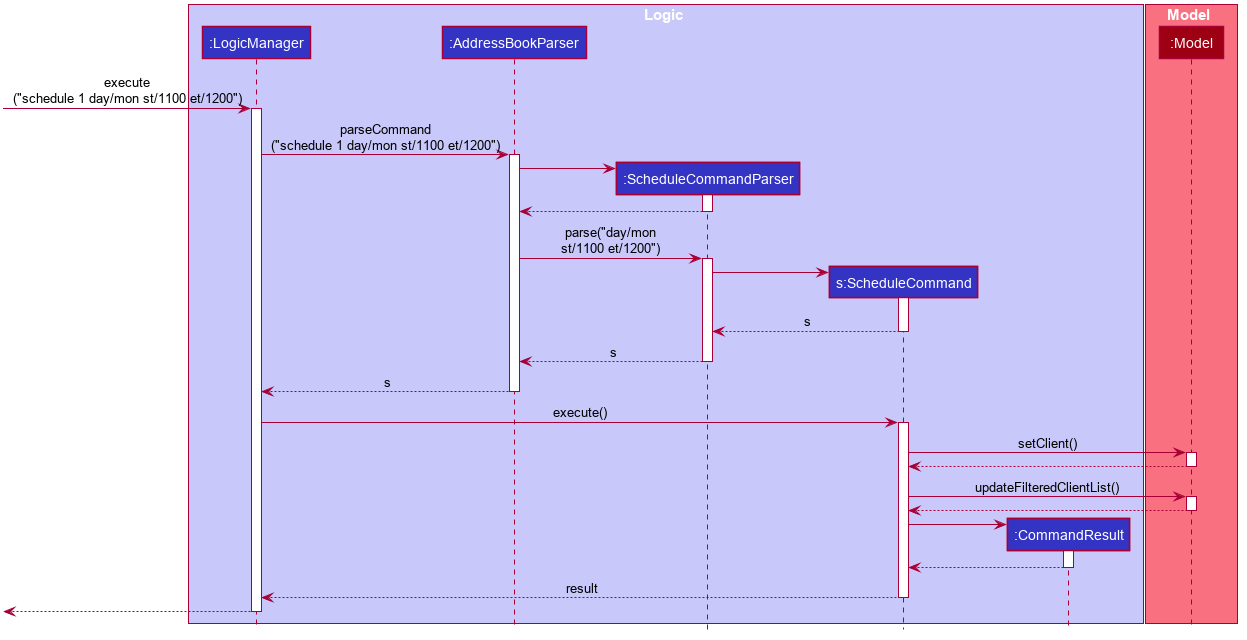
Earlier version of the PlantUML export images/ScheduleSequenceDiagram.png (AY1920S2-CS2103T-F11-2/main). Source of this version:
```plantuml
@startuml








skinparam BackgroundColor #FFFFFFF

skinparam Shadowing false

skinparam Class {
    FontColor #FFFFFF
    BorderThickness 1
    BorderColor #FFFFFF
    StereotypeFontColor #FFFFFF
    FontName Arial
}

skinparam Actor {
    BorderColor #000000
    Color #000000
    FontName Arial
}

skinparam Sequence {
    MessageAlign center
    BoxFontSize 15
    BoxPadding 0
    BoxFontColor #FFFFFF
    FontName Arial
}

skinparam Participant {
    FontColor #FFFFFFF
    Padding 20
}

skinparam MinClassWidth 50
skinparam ParticipantPadding 10
skinparam Shadowing false
skinparam DefaultTextAlignment center
skinparam packageStyle Rectangle

hide footbox
hide members
hide circle

box Logic #C8C8FA
participant ":LogicManager" as LogicManager #3333C4
participant ":AddressBookParser" as AddressBookParser #3333C4
participant ":ScheduleCommandParser" as ScheduleCommandParser #3333C4
participant "s:ScheduleCommand" as ScheduleCommand #3333C4
participant ":CommandResult" as CommandResult #3333C4
end box

box Model #F97181
participant ":Model" as Model #9D0012
end box

[-> LogicManager : execute\n("schedule 1 day/mon st/1100 et/1200")
activate LogicManager

LogicManager -> AddressBookParser : parseCommand\n("schedule 1 day/mon st/1100 et/1200")
activate AddressBookParser

create ScheduleCommandParser
AddressBookParser -> ScheduleCommandParser
activate ScheduleCommandParser

ScheduleCommandParser --> AddressBookParser
deactivate ScheduleCommandParser

AddressBookParser -> ScheduleCommandParser : parse("day/mon\nst/1100 et/1200")
activate ScheduleCommandParser

create ScheduleCommand
ScheduleCommandParser -> ScheduleCommand
activate ScheduleCommand

ScheduleCommand --> ScheduleCommandParser : s
deactivate ScheduleCommand

ScheduleCommandParser --> AddressBookParser : s
deactivate ScheduleCommandParser

AddressBookParser --> LogicManager : s
deactivate AddressBookParser

LogicManager -> ScheduleCommand : execute()
activate ScheduleCommand

ScheduleCommand -> Model : setClient()
activate Model

Model --> ScheduleCommand:
deactivate Model

ScheduleCommand -> Model: updateFilteredClientList()
activate Model

Model --> ScheduleCommand
deactivate Model

create CommandResult
ScheduleCommand -> CommandResult
activate CommandResult

CommandResult --> ScheduleCommand
deactivate CommandResult

ScheduleCommand --> LogicManager : result
deactivate ScheduleCommand

[<--LogicManager
deactivate LogicManager
@enduml
```
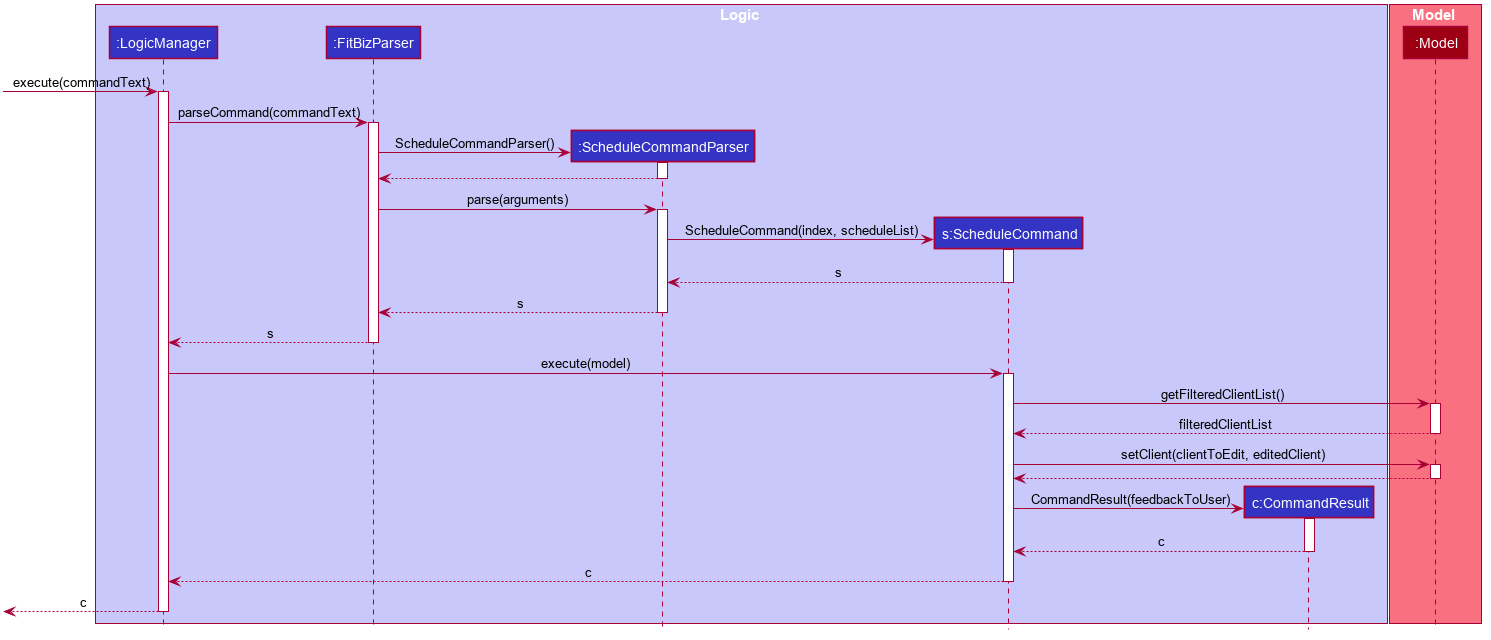
Later version of the same file.

Change to the diagram source:
```diff
@@ -50,70 +50,71 @@
 
 box Logic #C8C8FA
 participant ":LogicManager" as LogicManager #3333C4
-participant ":AddressBookParser" as AddressBookParser #3333C4
+participant ":FitBizParser" as FitBizParser #3333C4
 participant ":ScheduleCommandParser" as ScheduleCommandParser #3333C4
 participant "s:ScheduleCommand" as ScheduleCommand #3333C4
-participant ":CommandResult" as CommandResult #3333C4
+participant "c:CommandResult" as CommandResult #3333C4
 end box
 
 box Model #F97181
 participant ":Model" as Model #9D0012
 end box
 
-[-> LogicManager : execute\n("schedule 1 day/mon st/1100 et/1200")
+[-> LogicManager : execute(commandText)
 activate LogicManager
 
-LogicManager -> AddressBookParser : parseCommand\n("schedule 1 day/mon st/1100 et/1200")
-activate AddressBookParser
+LogicManager -> FitBizParser : parseCommand(commandText)
+activate FitBizParser
 
 create ScheduleCommandParser
-AddressBookParser -> ScheduleCommandParser
+FitBizParser -> ScheduleCommandParser : ScheduleCommandParser()
 activate ScheduleCommandParser
 
-ScheduleCommandParser --> AddressBookParser
+ScheduleCommandParser --> FitBizParser
 deactivate ScheduleCommandParser
 
-AddressBookParser -> ScheduleCommandParser : parse("day/mon\nst/1100 et/1200")
+FitBizParser -> ScheduleCommandParser : parse(arguments)
 activate ScheduleCommandParser
 
 create ScheduleCommand
-ScheduleCommandParser -> ScheduleCommand
+ScheduleCommandParser -> ScheduleCommand : ScheduleCommand(index, scheduleList)
 activate ScheduleCommand
 
 ScheduleCommand --> ScheduleCommandParser : s
 deactivate ScheduleCommand
 
-ScheduleCommandParser --> AddressBookParser : s
+ScheduleCommandParser --> FitBizParser : s
 deactivate ScheduleCommandParser
 
-AddressBookParser --> LogicManager : s
-deactivate AddressBookParser
+FitBizParser --> LogicManager : s
+deactivate FitBizParser
 
-LogicManager -> ScheduleCommand : execute()
+LogicManager -> ScheduleCommand : execute(model)
 activate ScheduleCommand
 
-ScheduleCommand -> Model : setClient()
+ScheduleCommand -> Model : getFilteredClientList()
+activate Model
+
+Model --> ScheduleCommand : filteredClientList
+deactivate Model
+
+ScheduleCommand -> Model : setClient(clientToEdit, editedClient)
 activate Model
 
 Model --> ScheduleCommand:
 deactivate Model
 
-ScheduleCommand -> Model: updateFilteredClientList()
-activate Model
-
-Model --> ScheduleCommand
-deactivate Model
 
 create CommandResult
-ScheduleCommand -> CommandResult
+ScheduleCommand -> CommandResult : CommandResult(feedbackToUser)
 activate CommandResult
 
-CommandResult --> ScheduleCommand
+CommandResult --> ScheduleCommand : c
 deactivate CommandResult
 
-ScheduleCommand --> LogicManager : result
+ScheduleCommand --> LogicManager : c
 deactivate ScheduleCommand
 
-[<--LogicManager
+[<--LogicManager : c
 deactivate LogicManager
 @enduml
```
